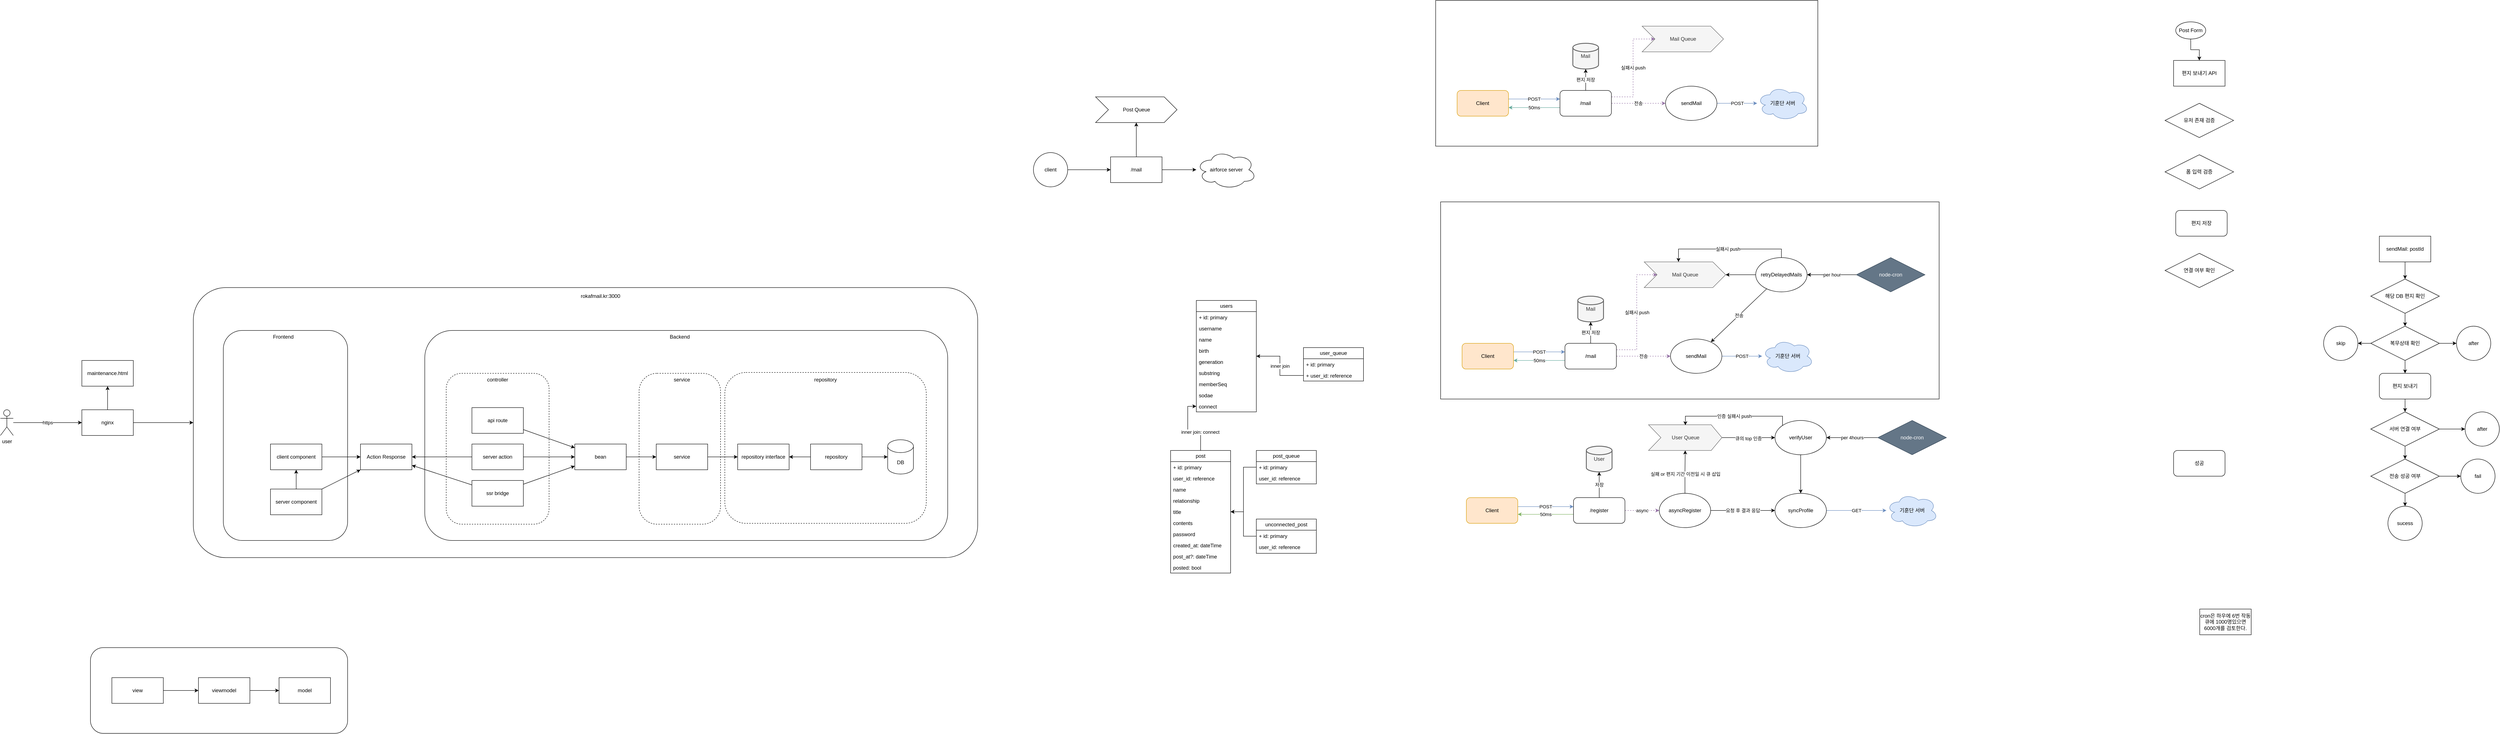
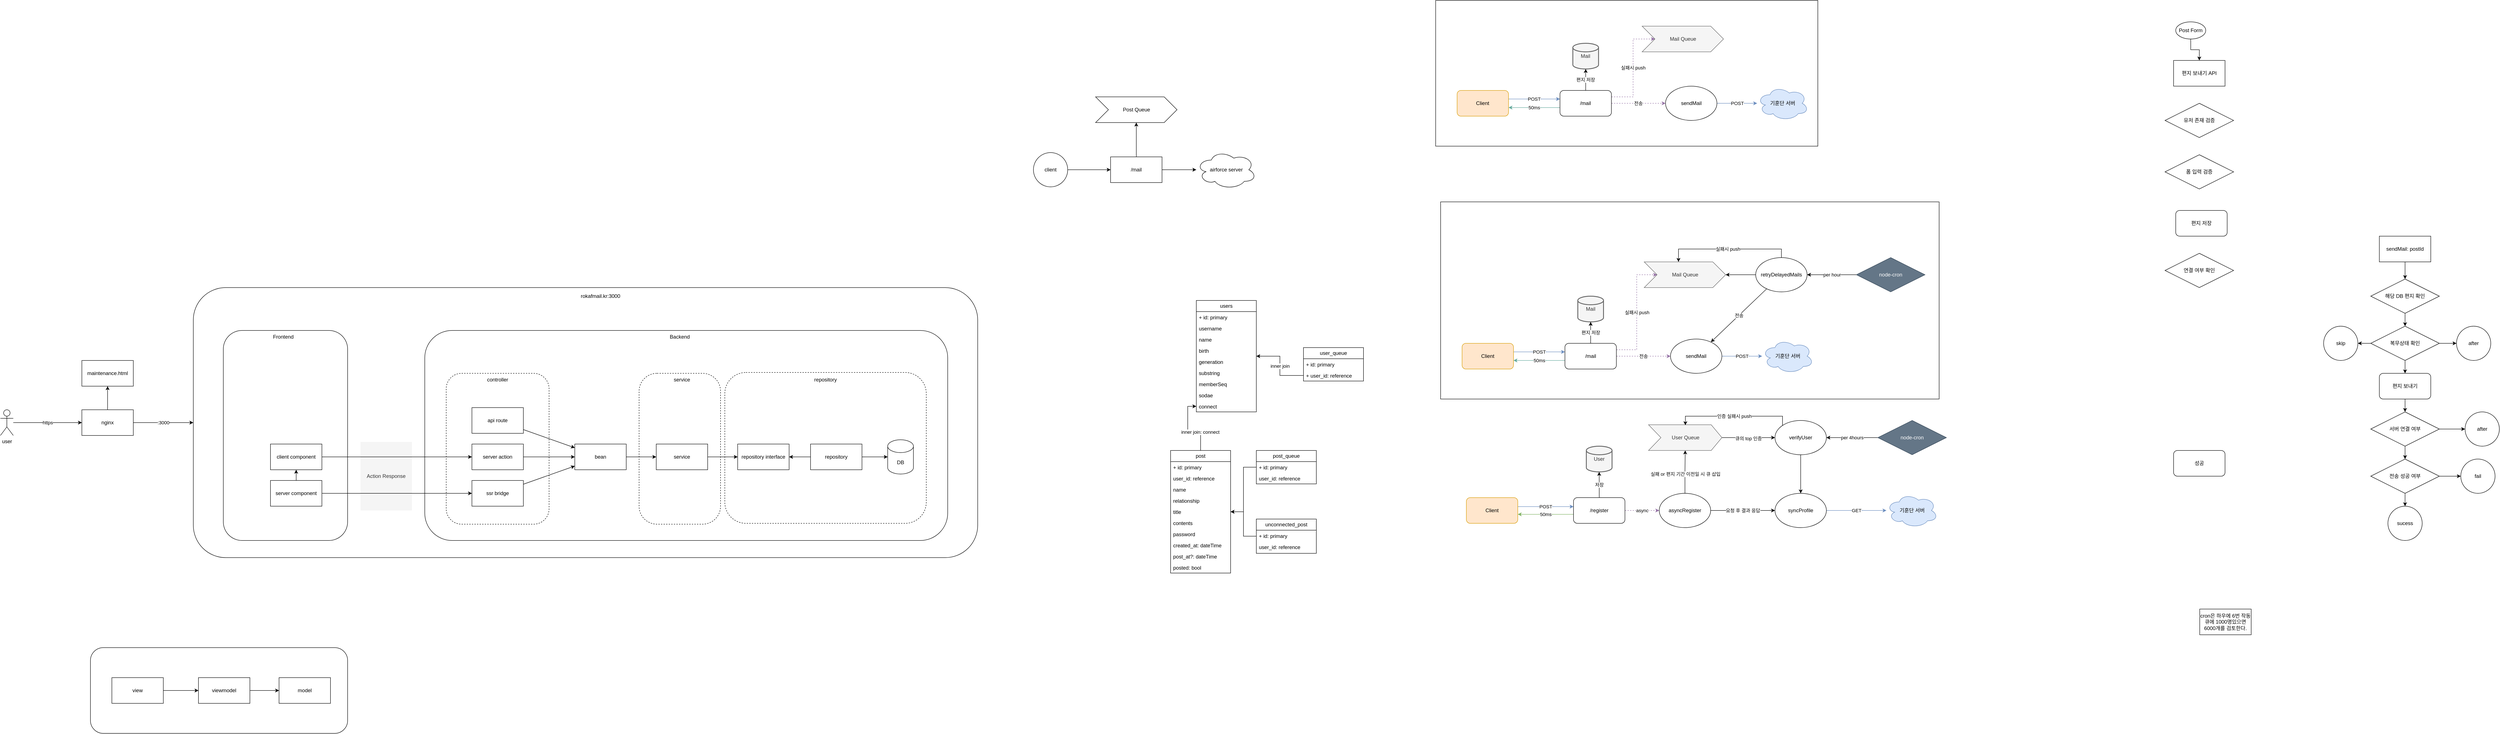
- <mxfile host="app.diagrams.net" modified="2024-07-03T15:05:26.590Z" agent="Mozilla/5.0 (Windows NT 10.0; Win64; x64) AppleWebKit/537.36 (KHTML, like Gecko) Chrome/98.0.4758.102 Safari/537.36" etag="-XnKcRCWqJ4PHCTnG_m4" version="24.6.4" type="github">
+ <mxfile host="app.diagrams.net" modified="2024-07-10T10:42:31.530Z" agent="Mozilla/5.0 (Windows NT 10.0; Win64; x64) AppleWebKit/537.36 (KHTML, like Gecko) Chrome/98.0.4758.102 Safari/537.36" etag="iwthqdEr8a7bAAAJwlnp" version="24.6.4" type="github">
  <diagram name="페이지-1" id="YYIqQqlZSumYDMB_ZiYN">
-     <mxGraphModel dx="4817" dy="1973" grid="1" gridSize="10" guides="1" tooltips="1" connect="1" arrows="1" fold="1" page="1" pageScale="1" pageWidth="827" pageHeight="1169" math="0" shadow="0">
+     <mxGraphModel dx="5915" dy="2558" grid="1" gridSize="10" guides="1" tooltips="1" connect="1" arrows="1" fold="1" page="1" pageScale="1" pageWidth="827" pageHeight="1169" math="0" shadow="0">
      <root>
        <mxCell id="0" />
        <mxCell id="1" parent="0" />
-         <mxCell id="HjyYQR78wkuJb60IUFvB-73" value="" style="rounded=1;whiteSpace=wrap;html=1;arcSize=15;" vertex="1" parent="1">
+         <mxCell id="HjyYQR78wkuJb60IUFvB-73" value="" style="rounded=1;whiteSpace=wrap;html=1;arcSize=15;" parent="1" vertex="1">
          <mxGeometry x="-2440" y="1060" width="600" height="200" as="geometry" />
        </mxCell>
-         <mxCell id="HjyYQR78wkuJb60IUFvB-56" value="" style="rounded=1;whiteSpace=wrap;html=1;arcSize=12;" vertex="1" parent="1">
+         <mxCell id="HjyYQR78wkuJb60IUFvB-56" value="" style="rounded=1;whiteSpace=wrap;html=1;arcSize=12;" parent="1" vertex="1">
          <mxGeometry x="-2200" y="220" width="1830" height="630" as="geometry" />
        </mxCell>
-         <mxCell id="HjyYQR78wkuJb60IUFvB-39" value="" style="rounded=1;whiteSpace=wrap;html=1;arcSize=15;" vertex="1" parent="1">
+         <mxCell id="HjyYQR78wkuJb60IUFvB-39" value="" style="rounded=1;whiteSpace=wrap;html=1;arcSize=15;" parent="1" vertex="1">
          <mxGeometry x="-2130" y="320" width="290" height="490" as="geometry" />
        </mxCell>
-         <mxCell id="HjyYQR78wkuJb60IUFvB-35" value="" style="rounded=1;whiteSpace=wrap;html=1;arcSize=13;" vertex="1" parent="1">
+         <mxCell id="HjyYQR78wkuJb60IUFvB-35" value="" style="rounded=1;whiteSpace=wrap;html=1;arcSize=13;" parent="1" vertex="1">
          <mxGeometry x="-1660" y="320" width="1220" height="490" as="geometry" />
        </mxCell>
-         <mxCell id="HjyYQR78wkuJb60IUFvB-37" value="" style="rounded=1;whiteSpace=wrap;html=1;dashed=1;arcSize=22;" vertex="1" parent="1">
+         <mxCell id="HjyYQR78wkuJb60IUFvB-37" value="" style="rounded=1;whiteSpace=wrap;html=1;dashed=1;arcSize=22;" parent="1" vertex="1">
          <mxGeometry x="-1160" y="420" width="190" height="352" as="geometry" />
        </mxCell>
-         <mxCell id="HjyYQR78wkuJb60IUFvB-32" value="" style="rounded=1;whiteSpace=wrap;html=1;dashed=1;arcSize=14;" vertex="1" parent="1">
+         <mxCell id="HjyYQR78wkuJb60IUFvB-32" value="" style="rounded=1;whiteSpace=wrap;html=1;dashed=1;arcSize=14;" parent="1" vertex="1">
          <mxGeometry x="-960" y="418" width="470" height="352" as="geometry" />
        </mxCell>
-         <mxCell id="HjyYQR78wkuJb60IUFvB-33" value="repository" style="text;html=1;align=center;verticalAlign=middle;whiteSpace=wrap;rounded=0;" vertex="1" parent="1">
+         <mxCell id="HjyYQR78wkuJb60IUFvB-33" value="repository" style="text;html=1;align=center;verticalAlign=middle;whiteSpace=wrap;rounded=0;" parent="1" vertex="1">
          <mxGeometry x="-755" y="420" width="60" height="30" as="geometry" />
        </mxCell>
-         <mxCell id="HjyYQR78wkuJb60IUFvB-30" value="" style="rounded=1;whiteSpace=wrap;html=1;dashed=1;" vertex="1" parent="1">
+         <mxCell id="HjyYQR78wkuJb60IUFvB-30" value="" style="rounded=1;whiteSpace=wrap;html=1;dashed=1;" parent="1" vertex="1">
          <mxGeometry x="-1610" y="420" width="240" height="352" as="geometry" />
        </mxCell>
        <mxCell id="cLTC8Ta03XSz9wgc8oL8-10" value="" style="rounded=0;whiteSpace=wrap;html=1;" parent="1" vertex="1">
          <mxGeometry x="710" y="20" width="1163" height="460" as="geometry" />
        </mxCell>
        <mxCell id="AZsRamwOxZUp80OkMe_C-2" value="users" style="swimlane;fontStyle=0;childLayout=stackLayout;horizontal=1;startSize=26;fillColor=none;horizontalStack=0;resizeParent=1;resizeParentMax=0;resizeLast=0;collapsible=1;marginBottom=0;whiteSpace=wrap;html=1;" parent="1" vertex="1">
          <mxGeometry x="140" y="250" width="140" height="260" as="geometry" />
        </mxCell>
        <mxCell id="AZsRamwOxZUp80OkMe_C-3" value="+ id: primary" style="text;strokeColor=none;fillColor=none;align=left;verticalAlign=top;spacingLeft=4;spacingRight=4;overflow=hidden;rotatable=0;points=[[0,0.5],[1,0.5]];portConstraint=eastwest;whiteSpace=wrap;html=1;" parent="AZsRamwOxZUp80OkMe_C-2" vertex="1">
          <mxGeometry y="26" width="140" height="26" as="geometry" />
        </mxCell>
        <mxCell id="AZsRamwOxZUp80OkMe_C-4" value="username" style="text;strokeColor=none;fillColor=none;align=left;verticalAlign=top;spacingLeft=4;spacingRight=4;overflow=hidden;rotatable=0;points=[[0,0.5],[1,0.5]];portConstraint=eastwest;whiteSpace=wrap;html=1;" parent="AZsRamwOxZUp80OkMe_C-2" vertex="1">
          <mxGeometry y="52" width="140" height="26" as="geometry" />
        </mxCell>
        <mxCell id="AZsRamwOxZUp80OkMe_C-5" value="name" style="text;strokeColor=none;fillColor=none;align=left;verticalAlign=top;spacingLeft=4;spacingRight=4;overflow=hidden;rotatable=0;points=[[0,0.5],[1,0.5]];portConstraint=eastwest;whiteSpace=wrap;html=1;" parent="AZsRamwOxZUp80OkMe_C-2" vertex="1">
          <mxGeometry y="78" width="140" height="26" as="geometry" />
        </mxCell>
        <mxCell id="AZsRamwOxZUp80OkMe_C-10" value="birth" style="text;strokeColor=none;fillColor=none;align=left;verticalAlign=top;spacingLeft=4;spacingRight=4;overflow=hidden;rotatable=0;points=[[0,0.5],[1,0.5]];portConstraint=eastwest;whiteSpace=wrap;html=1;" parent="AZsRamwOxZUp80OkMe_C-2" vertex="1">
          <mxGeometry y="104" width="140" height="26" as="geometry" />
        </mxCell>
        <mxCell id="AZsRamwOxZUp80OkMe_C-11" value="generation" style="text;strokeColor=none;fillColor=none;align=left;verticalAlign=top;spacingLeft=4;spacingRight=4;overflow=hidden;rotatable=0;points=[[0,0.5],[1,0.5]];portConstraint=eastwest;whiteSpace=wrap;html=1;" parent="AZsRamwOxZUp80OkMe_C-2" vertex="1">
          <mxGeometry y="130" width="140" height="26" as="geometry" />
        </mxCell>
        <mxCell id="AZsRamwOxZUp80OkMe_C-12" value="substring" style="text;strokeColor=none;fillColor=none;align=left;verticalAlign=top;spacingLeft=4;spacingRight=4;overflow=hidden;rotatable=0;points=[[0,0.5],[1,0.5]];portConstraint=eastwest;whiteSpace=wrap;html=1;" parent="AZsRamwOxZUp80OkMe_C-2" vertex="1">
          <mxGeometry y="156" width="140" height="26" as="geometry" />
        </mxCell>
        <mxCell id="AZsRamwOxZUp80OkMe_C-15" value="memberSeq" style="text;strokeColor=none;fillColor=none;align=left;verticalAlign=top;spacingLeft=4;spacingRight=4;overflow=hidden;rotatable=0;points=[[0,0.5],[1,0.5]];portConstraint=eastwest;whiteSpace=wrap;html=1;" parent="AZsRamwOxZUp80OkMe_C-2" vertex="1">
          <mxGeometry y="182" width="140" height="26" as="geometry" />
        </mxCell>
        <mxCell id="AZsRamwOxZUp80OkMe_C-14" value="sodae" style="text;strokeColor=none;fillColor=none;align=left;verticalAlign=top;spacingLeft=4;spacingRight=4;overflow=hidden;rotatable=0;points=[[0,0.5],[1,0.5]];portConstraint=eastwest;whiteSpace=wrap;html=1;" parent="AZsRamwOxZUp80OkMe_C-2" vertex="1">
          <mxGeometry y="208" width="140" height="26" as="geometry" />
        </mxCell>
        <mxCell id="AZsRamwOxZUp80OkMe_C-16" value="connect" style="text;strokeColor=none;fillColor=none;align=left;verticalAlign=top;spacingLeft=4;spacingRight=4;overflow=hidden;rotatable=0;points=[[0,0.5],[1,0.5]];portConstraint=eastwest;whiteSpace=wrap;html=1;" parent="AZsRamwOxZUp80OkMe_C-2" vertex="1">
          <mxGeometry y="234" width="140" height="26" as="geometry" />
        </mxCell>
        <mxCell id="AZsRamwOxZUp80OkMe_C-6" value="user_queue" style="swimlane;fontStyle=0;childLayout=stackLayout;horizontal=1;startSize=26;fillColor=none;horizontalStack=0;resizeParent=1;resizeParentMax=0;resizeLast=0;collapsible=1;marginBottom=0;whiteSpace=wrap;html=1;" parent="1" vertex="1">
          <mxGeometry x="390" y="360" width="140" height="78" as="geometry" />
        </mxCell>
        <mxCell id="AZsRamwOxZUp80OkMe_C-18" value="+ id: primary" style="text;strokeColor=none;fillColor=none;align=left;verticalAlign=top;spacingLeft=4;spacingRight=4;overflow=hidden;rotatable=0;points=[[0,0.5],[1,0.5]];portConstraint=eastwest;whiteSpace=wrap;html=1;" parent="AZsRamwOxZUp80OkMe_C-6" vertex="1">
          <mxGeometry y="26" width="140" height="26" as="geometry" />
        </mxCell>
        <mxCell id="AZsRamwOxZUp80OkMe_C-7" value="+ user_id: reference" style="text;strokeColor=none;fillColor=none;align=left;verticalAlign=top;spacingLeft=4;spacingRight=4;overflow=hidden;rotatable=0;points=[[0,0.5],[1,0.5]];portConstraint=eastwest;whiteSpace=wrap;html=1;" parent="AZsRamwOxZUp80OkMe_C-6" vertex="1">
          <mxGeometry y="52" width="140" height="26" as="geometry" />
        </mxCell>
        <mxCell id="AZsRamwOxZUp80OkMe_C-19" value="inner join" style="edgeStyle=orthogonalEdgeStyle;rounded=0;orthogonalLoop=1;jettySize=auto;html=1;" parent="1" source="AZsRamwOxZUp80OkMe_C-7" target="AZsRamwOxZUp80OkMe_C-2" edge="1">
          <mxGeometry relative="1" as="geometry" />
        </mxCell>
        <mxCell id="F6sanjwA14LKa2ckui42-2" style="edgeStyle=orthogonalEdgeStyle;rounded=0;orthogonalLoop=1;jettySize=auto;html=1;" parent="1" source="AZsRamwOxZUp80OkMe_C-20" target="AZsRamwOxZUp80OkMe_C-16" edge="1">
          <mxGeometry relative="1" as="geometry" />
        </mxCell>
        <mxCell id="F6sanjwA14LKa2ckui42-3" value="inner join: connect" style="edgeLabel;html=1;align=center;verticalAlign=middle;resizable=0;points=[];" parent="F6sanjwA14LKa2ckui42-2" vertex="1" connectable="0">
          <mxGeometry x="-0.4284" y="1" relative="1" as="geometry">
            <mxPoint as="offset" />
          </mxGeometry>
        </mxCell>
        <mxCell id="AZsRamwOxZUp80OkMe_C-20" value="post" style="swimlane;fontStyle=0;childLayout=stackLayout;horizontal=1;startSize=26;fillColor=none;horizontalStack=0;resizeParent=1;resizeParentMax=0;resizeLast=0;collapsible=1;marginBottom=0;whiteSpace=wrap;html=1;" parent="1" vertex="1">
          <mxGeometry x="80" y="600" width="140" height="286" as="geometry" />
        </mxCell>
        <mxCell id="AZsRamwOxZUp80OkMe_C-21" value="+ id: primary" style="text;strokeColor=none;fillColor=none;align=left;verticalAlign=top;spacingLeft=4;spacingRight=4;overflow=hidden;rotatable=0;points=[[0,0.5],[1,0.5]];portConstraint=eastwest;whiteSpace=wrap;html=1;" parent="AZsRamwOxZUp80OkMe_C-20" vertex="1">
          <mxGeometry y="26" width="140" height="26" as="geometry" />
        </mxCell>
        <mxCell id="AZsRamwOxZUp80OkMe_C-22" value="user_id: reference" style="text;strokeColor=none;fillColor=none;align=left;verticalAlign=top;spacingLeft=4;spacingRight=4;overflow=hidden;rotatable=0;points=[[0,0.5],[1,0.5]];portConstraint=eastwest;whiteSpace=wrap;html=1;" parent="AZsRamwOxZUp80OkMe_C-20" vertex="1">
          <mxGeometry y="52" width="140" height="26" as="geometry" />
        </mxCell>
        <mxCell id="AZsRamwOxZUp80OkMe_C-23" value="name" style="text;strokeColor=none;fillColor=none;align=left;verticalAlign=top;spacingLeft=4;spacingRight=4;overflow=hidden;rotatable=0;points=[[0,0.5],[1,0.5]];portConstraint=eastwest;whiteSpace=wrap;html=1;" parent="AZsRamwOxZUp80OkMe_C-20" vertex="1">
          <mxGeometry y="78" width="140" height="26" as="geometry" />
        </mxCell>
        <mxCell id="AZsRamwOxZUp80OkMe_C-24" value="relationship" style="text;strokeColor=none;fillColor=none;align=left;verticalAlign=top;spacingLeft=4;spacingRight=4;overflow=hidden;rotatable=0;points=[[0,0.5],[1,0.5]];portConstraint=eastwest;whiteSpace=wrap;html=1;" parent="AZsRamwOxZUp80OkMe_C-20" vertex="1">
          <mxGeometry y="104" width="140" height="26" as="geometry" />
        </mxCell>
        <mxCell id="AZsRamwOxZUp80OkMe_C-25" value="title" style="text;strokeColor=none;fillColor=none;align=left;verticalAlign=top;spacingLeft=4;spacingRight=4;overflow=hidden;rotatable=0;points=[[0,0.5],[1,0.5]];portConstraint=eastwest;whiteSpace=wrap;html=1;" parent="AZsRamwOxZUp80OkMe_C-20" vertex="1">
          <mxGeometry y="130" width="140" height="26" as="geometry" />
        </mxCell>
        <mxCell id="AZsRamwOxZUp80OkMe_C-26" value="contents" style="text;strokeColor=none;fillColor=none;align=left;verticalAlign=top;spacingLeft=4;spacingRight=4;overflow=hidden;rotatable=0;points=[[0,0.5],[1,0.5]];portConstraint=eastwest;whiteSpace=wrap;html=1;" parent="AZsRamwOxZUp80OkMe_C-20" vertex="1">
          <mxGeometry y="156" width="140" height="26" as="geometry" />
        </mxCell>
        <mxCell id="AZsRamwOxZUp80OkMe_C-27" value="password" style="text;strokeColor=none;fillColor=none;align=left;verticalAlign=top;spacingLeft=4;spacingRight=4;overflow=hidden;rotatable=0;points=[[0,0.5],[1,0.5]];portConstraint=eastwest;whiteSpace=wrap;html=1;" parent="AZsRamwOxZUp80OkMe_C-20" vertex="1">
          <mxGeometry y="182" width="140" height="26" as="geometry" />
        </mxCell>
        <mxCell id="AZsRamwOxZUp80OkMe_C-28" value="created_at: dateTime" style="text;strokeColor=none;fillColor=none;align=left;verticalAlign=top;spacingLeft=4;spacingRight=4;overflow=hidden;rotatable=0;points=[[0,0.5],[1,0.5]];portConstraint=eastwest;whiteSpace=wrap;html=1;" parent="AZsRamwOxZUp80OkMe_C-20" vertex="1">
          <mxGeometry y="208" width="140" height="26" as="geometry" />
        </mxCell>
        <mxCell id="AZsRamwOxZUp80OkMe_C-41" value="post_at?: dateTime" style="text;strokeColor=none;fillColor=none;align=left;verticalAlign=top;spacingLeft=4;spacingRight=4;overflow=hidden;rotatable=0;points=[[0,0.5],[1,0.5]];portConstraint=eastwest;whiteSpace=wrap;html=1;" parent="AZsRamwOxZUp80OkMe_C-20" vertex="1">
          <mxGeometry y="234" width="140" height="26" as="geometry" />
        </mxCell>
        <mxCell id="AZsRamwOxZUp80OkMe_C-42" value="posted: bool" style="text;strokeColor=none;fillColor=none;align=left;verticalAlign=top;spacingLeft=4;spacingRight=4;overflow=hidden;rotatable=0;points=[[0,0.5],[1,0.5]];portConstraint=eastwest;whiteSpace=wrap;html=1;" parent="AZsRamwOxZUp80OkMe_C-20" vertex="1">
          <mxGeometry y="260" width="140" height="26" as="geometry" />
        </mxCell>
        <mxCell id="F6sanjwA14LKa2ckui42-4" style="edgeStyle=orthogonalEdgeStyle;rounded=0;orthogonalLoop=1;jettySize=auto;html=1;" parent="1" source="AZsRamwOxZUp80OkMe_C-30" target="AZsRamwOxZUp80OkMe_C-20" edge="1">
          <mxGeometry relative="1" as="geometry" />
        </mxCell>
        <mxCell id="AZsRamwOxZUp80OkMe_C-30" value="post_queue" style="swimlane;fontStyle=0;childLayout=stackLayout;horizontal=1;startSize=26;fillColor=none;horizontalStack=0;resizeParent=1;resizeParentMax=0;resizeLast=0;collapsible=1;marginBottom=0;whiteSpace=wrap;html=1;" parent="1" vertex="1">
          <mxGeometry x="280" y="600" width="140" height="78" as="geometry" />
        </mxCell>
        <mxCell id="AZsRamwOxZUp80OkMe_C-31" value="+ id: primary" style="text;strokeColor=none;fillColor=none;align=left;verticalAlign=top;spacingLeft=4;spacingRight=4;overflow=hidden;rotatable=0;points=[[0,0.5],[1,0.5]];portConstraint=eastwest;whiteSpace=wrap;html=1;" parent="AZsRamwOxZUp80OkMe_C-30" vertex="1">
          <mxGeometry y="26" width="140" height="26" as="geometry" />
        </mxCell>
        <mxCell id="AZsRamwOxZUp80OkMe_C-32" value="user_id: reference" style="text;strokeColor=none;fillColor=none;align=left;verticalAlign=top;spacingLeft=4;spacingRight=4;overflow=hidden;rotatable=0;points=[[0,0.5],[1,0.5]];portConstraint=eastwest;whiteSpace=wrap;html=1;" parent="AZsRamwOxZUp80OkMe_C-30" vertex="1">
          <mxGeometry y="52" width="140" height="26" as="geometry" />
        </mxCell>
        <mxCell id="F6sanjwA14LKa2ckui42-5" style="edgeStyle=orthogonalEdgeStyle;rounded=0;orthogonalLoop=1;jettySize=auto;html=1;" parent="1" source="AZsRamwOxZUp80OkMe_C-46" target="AZsRamwOxZUp80OkMe_C-20" edge="1">
          <mxGeometry relative="1" as="geometry" />
        </mxCell>
        <mxCell id="AZsRamwOxZUp80OkMe_C-46" value="unconnected_post" style="swimlane;fontStyle=0;childLayout=stackLayout;horizontal=1;startSize=26;fillColor=none;horizontalStack=0;resizeParent=1;resizeParentMax=0;resizeLast=0;collapsible=1;marginBottom=0;whiteSpace=wrap;html=1;" parent="1" vertex="1">
          <mxGeometry x="280" y="760" width="140" height="80" as="geometry" />
        </mxCell>
        <mxCell id="AZsRamwOxZUp80OkMe_C-47" value="+ id: primary" style="text;strokeColor=none;fillColor=none;align=left;verticalAlign=top;spacingLeft=4;spacingRight=4;overflow=hidden;rotatable=0;points=[[0,0.5],[1,0.5]];portConstraint=eastwest;whiteSpace=wrap;html=1;" parent="AZsRamwOxZUp80OkMe_C-46" vertex="1">
          <mxGeometry y="26" width="140" height="26" as="geometry" />
        </mxCell>
        <mxCell id="AZsRamwOxZUp80OkMe_C-48" value="user_id: reference" style="text;strokeColor=none;fillColor=none;align=left;verticalAlign=top;spacingLeft=4;spacingRight=4;overflow=hidden;rotatable=0;points=[[0,0.5],[1,0.5]];portConstraint=eastwest;whiteSpace=wrap;html=1;" parent="AZsRamwOxZUp80OkMe_C-46" vertex="1">
          <mxGeometry y="52" width="140" height="28" as="geometry" />
        </mxCell>
        <mxCell id="wQPPLxiwdvjhVnuzjJRF-10" value="실패시 push" style="edgeStyle=elbowEdgeStyle;rounded=0;orthogonalLoop=1;jettySize=auto;html=1;fillColor=#e1d5e7;strokeColor=#9673a6;dashed=1;entryX=0;entryY=0.5;entryDx=30;entryDy=0;entryPerimeter=0;exitX=1;exitY=0.25;exitDx=0;exitDy=0;" parent="1" source="TXcI-fBlLuWAS2TPfB02-22" target="TXcI-fBlLuWAS2TPfB02-9" edge="1">
          <mxGeometry relative="1" as="geometry">
            <mxPoint x="1282.5" y="365" as="sourcePoint" />
          </mxGeometry>
        </mxCell>
        <mxCell id="wQPPLxiwdvjhVnuzjJRF-13" value="POST" style="rounded=0;orthogonalLoop=1;jettySize=auto;html=1;startArrow=none;startFill=0;fillColor=#dae8fc;strokeColor=#6c8ebf;" parent="1" source="wQPPLxiwdvjhVnuzjJRF-19" target="TXcI-fBlLuWAS2TPfB02-2" edge="1">
          <mxGeometry relative="1" as="geometry" />
        </mxCell>
        <mxCell id="TXcI-fBlLuWAS2TPfB02-2" value="기훈단 서버" style="ellipse;shape=cloud;whiteSpace=wrap;html=1;fillColor=#dae8fc;strokeColor=#6c8ebf;" parent="1" vertex="1">
          <mxGeometry x="1460" y="340" width="120" height="80" as="geometry" />
        </mxCell>
        <mxCell id="TXcI-fBlLuWAS2TPfB02-11" value="" style="edgeStyle=orthogonalEdgeStyle;rounded=0;orthogonalLoop=1;jettySize=auto;html=1;" parent="1" source="wQPPLxiwdvjhVnuzjJRF-23" target="TXcI-fBlLuWAS2TPfB02-9" edge="1">
          <mxGeometry relative="1" as="geometry">
            <mxPoint x="1449.9099999999999" y="220" as="targetPoint" />
            <Array as="points" />
          </mxGeometry>
        </mxCell>
        <mxCell id="TXcI-fBlLuWAS2TPfB02-9" value="Mail Queue" style="html=1;shadow=0;dashed=0;align=center;verticalAlign=middle;shape=mxgraph.arrows2.arrow;dy=0;dx=30;notch=30;fillColor=#f5f5f5;fontColor=#333333;strokeColor=#666666;" parent="1" vertex="1">
          <mxGeometry x="1184.91" y="160" width="190" height="60" as="geometry" />
        </mxCell>
        <mxCell id="TXcI-fBlLuWAS2TPfB02-21" value="POST" style="edgeStyle=orthogonalEdgeStyle;rounded=0;orthogonalLoop=1;jettySize=auto;html=1;fillColor=#dae8fc;strokeColor=#6c8ebf;" parent="1" source="TXcI-fBlLuWAS2TPfB02-19" target="TXcI-fBlLuWAS2TPfB02-22" edge="1">
          <mxGeometry relative="1" as="geometry">
            <mxPoint x="970" y="380" as="targetPoint" />
            <Array as="points">
              <mxPoint x="960" y="370" />
              <mxPoint x="960" y="370" />
            </Array>
          </mxGeometry>
        </mxCell>
        <mxCell id="TXcI-fBlLuWAS2TPfB02-19" value="Client" style="rounded=1;whiteSpace=wrap;html=1;fillColor=#ffe6cc;strokeColor=#d79b00;" parent="1" vertex="1">
          <mxGeometry x="760" y="350" width="120" height="60" as="geometry" />
        </mxCell>
        <mxCell id="TXcI-fBlLuWAS2TPfB02-20" value="Mail" style="strokeWidth=2;html=1;shape=mxgraph.flowchart.database;whiteSpace=wrap;fillColor=#f5f5f5;fontColor=#333333;strokeColor=#666666;" parent="1" vertex="1">
          <mxGeometry x="1030" y="240" width="60" height="60" as="geometry" />
        </mxCell>
        <mxCell id="TXcI-fBlLuWAS2TPfB02-23" value="편지 저장" style="edgeStyle=orthogonalEdgeStyle;rounded=0;orthogonalLoop=1;jettySize=auto;html=1;" parent="1" source="TXcI-fBlLuWAS2TPfB02-22" target="TXcI-fBlLuWAS2TPfB02-20" edge="1">
          <mxGeometry relative="1" as="geometry" />
        </mxCell>
        <mxCell id="TXcI-fBlLuWAS2TPfB02-24" value="전송" style="edgeStyle=orthogonalEdgeStyle;rounded=0;orthogonalLoop=1;jettySize=auto;html=1;dashed=1;fillColor=#e1d5e7;strokeColor=#9673a6;" parent="1" source="TXcI-fBlLuWAS2TPfB02-22" target="wQPPLxiwdvjhVnuzjJRF-19" edge="1">
          <mxGeometry relative="1" as="geometry">
            <mxPoint x="1260" y="380" as="targetPoint" />
          </mxGeometry>
        </mxCell>
        <mxCell id="TXcI-fBlLuWAS2TPfB02-26" value="50ms" style="edgeStyle=orthogonalEdgeStyle;rounded=0;orthogonalLoop=1;jettySize=auto;html=1;strokeColor=#67AB9F;" parent="1" source="TXcI-fBlLuWAS2TPfB02-22" target="TXcI-fBlLuWAS2TPfB02-19" edge="1">
          <mxGeometry relative="1" as="geometry">
            <Array as="points">
              <mxPoint x="960" y="390" />
              <mxPoint x="960" y="390" />
            </Array>
          </mxGeometry>
        </mxCell>
        <mxCell id="TXcI-fBlLuWAS2TPfB02-22" value="/mail" style="rounded=1;whiteSpace=wrap;html=1;" parent="1" vertex="1">
          <mxGeometry x="1000" y="350" width="120" height="60" as="geometry" />
        </mxCell>
        <mxCell id="wQPPLxiwdvjhVnuzjJRF-21" value="per hour" style="rounded=0;orthogonalLoop=1;jettySize=auto;html=1;edgeStyle=orthogonalEdgeStyle;" parent="1" source="TXcI-fBlLuWAS2TPfB02-27" target="wQPPLxiwdvjhVnuzjJRF-23" edge="1">
          <mxGeometry relative="1" as="geometry" />
        </mxCell>
        <mxCell id="TXcI-fBlLuWAS2TPfB02-27" value="node-cron" style="rhombus;whiteSpace=wrap;html=1;fillColor=#647687;fontColor=#ffffff;strokeColor=#314354;" parent="1" vertex="1">
          <mxGeometry x="1680" y="150" width="160" height="80" as="geometry" />
        </mxCell>
        <mxCell id="u-H9VCNATk9NBnKGN-eY-5" value="POST" style="edgeStyle=orthogonalEdgeStyle;rounded=0;orthogonalLoop=1;jettySize=auto;html=1;fillColor=#dae8fc;strokeColor=#6c8ebf;" parent="1" edge="1">
          <mxGeometry relative="1" as="geometry">
            <mxPoint x="890" y="731" as="sourcePoint" />
            <mxPoint x="1020" y="731" as="targetPoint" />
          </mxGeometry>
        </mxCell>
        <mxCell id="TXcI-fBlLuWAS2TPfB02-53" value="Client" style="rounded=1;whiteSpace=wrap;html=1;fillColor=#ffe6cc;strokeColor=#d79b00;" parent="1" vertex="1">
          <mxGeometry x="770.0000000000001" y="710" width="120" height="60" as="geometry" />
        </mxCell>
        <mxCell id="TXcI-fBlLuWAS2TPfB02-57" value="async" style="edgeStyle=orthogonalEdgeStyle;rounded=0;orthogonalLoop=1;jettySize=auto;html=1;dashed=1;fillColor=#e1d5e7;strokeColor=#9673a6;" parent="1" source="TXcI-fBlLuWAS2TPfB02-54" target="TXcI-fBlLuWAS2TPfB02-56" edge="1">
          <mxGeometry relative="1" as="geometry" />
        </mxCell>
        <mxCell id="TXcI-fBlLuWAS2TPfB02-59" value="50ms" style="edgeStyle=orthogonalEdgeStyle;rounded=0;orthogonalLoop=1;jettySize=auto;html=1;fillColor=#d5e8d4;strokeColor=#82b366;" parent="1" edge="1">
          <mxGeometry relative="1" as="geometry">
            <mxPoint x="1020" y="749" as="sourcePoint" />
            <mxPoint x="890" y="749" as="targetPoint" />
          </mxGeometry>
        </mxCell>
        <mxCell id="TXcI-fBlLuWAS2TPfB02-65" value="저장" style="edgeStyle=orthogonalEdgeStyle;rounded=0;orthogonalLoop=1;jettySize=auto;html=1;" parent="1" source="TXcI-fBlLuWAS2TPfB02-54" target="TXcI-fBlLuWAS2TPfB02-64" edge="1">
          <mxGeometry relative="1" as="geometry" />
        </mxCell>
        <mxCell id="TXcI-fBlLuWAS2TPfB02-54" value="/register" style="rounded=1;whiteSpace=wrap;html=1;" parent="1" vertex="1">
          <mxGeometry x="1020" y="710" width="120" height="60" as="geometry" />
        </mxCell>
        <mxCell id="TXcI-fBlLuWAS2TPfB02-69" style="edgeStyle=orthogonalEdgeStyle;rounded=0;orthogonalLoop=1;jettySize=auto;html=1;" parent="1" source="TXcI-fBlLuWAS2TPfB02-56" target="TXcI-fBlLuWAS2TPfB02-61" edge="1">
          <mxGeometry relative="1" as="geometry" />
        </mxCell>
        <mxCell id="y1SOeucjYuMJN-nhCAUV-7" value="실패 or 편지 기간 이전일 시 큐 삽입" style="edgeLabel;html=1;align=center;verticalAlign=middle;resizable=0;points=[];" parent="TXcI-fBlLuWAS2TPfB02-69" vertex="1" connectable="0">
          <mxGeometry x="-0.1037" y="-1" relative="1" as="geometry">
            <mxPoint as="offset" />
          </mxGeometry>
        </mxCell>
        <mxCell id="K3UKubzrvV4H-gYz2n_W-7" value="요청 후 결과 응답" style="edgeStyle=orthogonalEdgeStyle;rounded=0;orthogonalLoop=1;jettySize=auto;html=1;" parent="1" source="TXcI-fBlLuWAS2TPfB02-56" target="K3UKubzrvV4H-gYz2n_W-2" edge="1">
          <mxGeometry relative="1" as="geometry" />
        </mxCell>
        <mxCell id="TXcI-fBlLuWAS2TPfB02-56" value="asyncRegister" style="ellipse;whiteSpace=wrap;html=1;" parent="1" vertex="1">
          <mxGeometry x="1220" y="700" width="120" height="80" as="geometry" />
        </mxCell>
        <mxCell id="TXcI-fBlLuWAS2TPfB02-71" style="edgeStyle=orthogonalEdgeStyle;rounded=0;orthogonalLoop=1;jettySize=auto;html=1;" parent="1" source="TXcI-fBlLuWAS2TPfB02-61" target="K3UKubzrvV4H-gYz2n_W-4" edge="1">
          <mxGeometry relative="1" as="geometry">
            <mxPoint x="1440" y="610" as="targetPoint" />
          </mxGeometry>
        </mxCell>
        <mxCell id="y1SOeucjYuMJN-nhCAUV-8" value="큐의 top 인증" style="edgeLabel;html=1;align=center;verticalAlign=middle;resizable=0;points=[];" parent="TXcI-fBlLuWAS2TPfB02-71" vertex="1" connectable="0">
          <mxGeometry x="-0.0036" y="-2" relative="1" as="geometry">
            <mxPoint as="offset" />
          </mxGeometry>
        </mxCell>
        <mxCell id="TXcI-fBlLuWAS2TPfB02-61" value="User Queue" style="html=1;shadow=0;dashed=0;align=center;verticalAlign=middle;shape=mxgraph.arrows2.arrow;dy=0;dx=25;notch=29;fillColor=#f5f5f5;fontColor=#333333;strokeColor=#666666;" parent="1" vertex="1">
          <mxGeometry x="1195" y="540" width="171.25" height="60" as="geometry" />
        </mxCell>
        <mxCell id="TXcI-fBlLuWAS2TPfB02-64" value="User" style="strokeWidth=2;html=1;shape=mxgraph.flowchart.database;whiteSpace=wrap;fillColor=#f5f5f5;fontColor=#333333;strokeColor=#666666;" parent="1" vertex="1">
          <mxGeometry x="1049.91" y="590" width="60" height="60" as="geometry" />
        </mxCell>
        <mxCell id="TXcI-fBlLuWAS2TPfB02-66" value="기훈단 서버" style="ellipse;shape=cloud;whiteSpace=wrap;html=1;fillColor=#dae8fc;strokeColor=#6c8ebf;" parent="1" vertex="1">
          <mxGeometry x="1750" y="700" width="120" height="80" as="geometry" />
        </mxCell>
        <mxCell id="TXcI-fBlLuWAS2TPfB02-81" value="cron은 하우에 6번 작동&lt;div&gt;큐에 1000명있으면&lt;/div&gt;&lt;div&gt;6000개를 검토한다.&lt;/div&gt;" style="whiteSpace=wrap;html=1;" parent="1" vertex="1">
          <mxGeometry x="2481" y="970" width="120" height="60" as="geometry" />
        </mxCell>
        <mxCell id="6U6_2w2MqQ0kD7e6yzDg-1" value="편지 보내기 API" style="rounded=0;whiteSpace=wrap;html=1;" parent="1" vertex="1">
          <mxGeometry x="2420" y="-310" width="120" height="60" as="geometry" />
        </mxCell>
        <mxCell id="6U6_2w2MqQ0kD7e6yzDg-3" style="edgeStyle=orthogonalEdgeStyle;rounded=0;orthogonalLoop=1;jettySize=auto;html=1;" parent="1" source="6U6_2w2MqQ0kD7e6yzDg-2" target="6U6_2w2MqQ0kD7e6yzDg-1" edge="1">
          <mxGeometry relative="1" as="geometry" />
        </mxCell>
        <mxCell id="6U6_2w2MqQ0kD7e6yzDg-2" value="Post Form" style="ellipse;whiteSpace=wrap;html=1;" parent="1" vertex="1">
          <mxGeometry x="2425" y="-400" width="70" height="40" as="geometry" />
        </mxCell>
        <mxCell id="6U6_2w2MqQ0kD7e6yzDg-4" value="유저 존재 검증" style="rhombus;whiteSpace=wrap;html=1;" parent="1" vertex="1">
          <mxGeometry x="2400" y="-210" width="160" height="80" as="geometry" />
        </mxCell>
        <mxCell id="6U6_2w2MqQ0kD7e6yzDg-5" value="폼 입력 검증" style="rhombus;whiteSpace=wrap;html=1;" parent="1" vertex="1">
          <mxGeometry x="2400" y="-90" width="160" height="80" as="geometry" />
        </mxCell>
        <mxCell id="6U6_2w2MqQ0kD7e6yzDg-6" value="편지 저장" style="rounded=1;whiteSpace=wrap;html=1;" parent="1" vertex="1">
          <mxGeometry x="2425" y="40" width="120" height="60" as="geometry" />
        </mxCell>
        <mxCell id="6U6_2w2MqQ0kD7e6yzDg-7" value="연결 여부 확인" style="rhombus;whiteSpace=wrap;html=1;" parent="1" vertex="1">
          <mxGeometry x="2400" y="140" width="160" height="80" as="geometry" />
        </mxCell>
        <mxCell id="6U6_2w2MqQ0kD7e6yzDg-30" style="edgeStyle=orthogonalEdgeStyle;rounded=0;orthogonalLoop=1;jettySize=auto;html=1;" parent="1" source="6U6_2w2MqQ0kD7e6yzDg-10" target="6U6_2w2MqQ0kD7e6yzDg-40" edge="1">
          <mxGeometry relative="1" as="geometry">
            <mxPoint x="2960" y="410" as="targetPoint" />
            <Array as="points" />
          </mxGeometry>
        </mxCell>
        <mxCell id="6U6_2w2MqQ0kD7e6yzDg-31" style="edgeStyle=orthogonalEdgeStyle;rounded=0;orthogonalLoop=1;jettySize=auto;html=1;" parent="1" source="6U6_2w2MqQ0kD7e6yzDg-10" target="6U6_2w2MqQ0kD7e6yzDg-22" edge="1">
          <mxGeometry relative="1" as="geometry" />
        </mxCell>
        <mxCell id="6U6_2w2MqQ0kD7e6yzDg-33" style="edgeStyle=orthogonalEdgeStyle;rounded=0;orthogonalLoop=1;jettySize=auto;html=1;" parent="1" source="6U6_2w2MqQ0kD7e6yzDg-10" target="6U6_2w2MqQ0kD7e6yzDg-32" edge="1">
          <mxGeometry relative="1" as="geometry" />
        </mxCell>
        <mxCell id="6U6_2w2MqQ0kD7e6yzDg-10" value="복무상태 확인" style="rhombus;whiteSpace=wrap;html=1;" parent="1" vertex="1">
          <mxGeometry x="2880" y="310" width="160" height="80" as="geometry" />
        </mxCell>
        <mxCell id="6U6_2w2MqQ0kD7e6yzDg-35" style="edgeStyle=orthogonalEdgeStyle;rounded=0;orthogonalLoop=1;jettySize=auto;html=1;" parent="1" source="6U6_2w2MqQ0kD7e6yzDg-11" target="6U6_2w2MqQ0kD7e6yzDg-34" edge="1">
          <mxGeometry relative="1" as="geometry" />
        </mxCell>
        <mxCell id="6U6_2w2MqQ0kD7e6yzDg-39" style="edgeStyle=orthogonalEdgeStyle;rounded=0;orthogonalLoop=1;jettySize=auto;html=1;" parent="1" source="6U6_2w2MqQ0kD7e6yzDg-11" target="6U6_2w2MqQ0kD7e6yzDg-36" edge="1">
          <mxGeometry relative="1" as="geometry" />
        </mxCell>
        <mxCell id="6U6_2w2MqQ0kD7e6yzDg-11" value="서버 연결 여부" style="rhombus;whiteSpace=wrap;html=1;" parent="1" vertex="1">
          <mxGeometry x="2880" y="510" width="160" height="80" as="geometry" />
        </mxCell>
        <mxCell id="6U6_2w2MqQ0kD7e6yzDg-12" value="성공" style="rounded=1;whiteSpace=wrap;html=1;" parent="1" vertex="1">
          <mxGeometry x="2420" y="600" width="120" height="60" as="geometry" />
        </mxCell>
        <mxCell id="6U6_2w2MqQ0kD7e6yzDg-16" style="edgeStyle=orthogonalEdgeStyle;rounded=0;orthogonalLoop=1;jettySize=auto;html=1;" parent="1" source="6U6_2w2MqQ0kD7e6yzDg-13" target="6U6_2w2MqQ0kD7e6yzDg-15" edge="1">
          <mxGeometry relative="1" as="geometry" />
        </mxCell>
        <mxCell id="6U6_2w2MqQ0kD7e6yzDg-13" value="sendMail: postId" style="rounded=0;whiteSpace=wrap;html=1;" parent="1" vertex="1">
          <mxGeometry x="2900" y="100" width="120" height="60" as="geometry" />
        </mxCell>
        <mxCell id="6U6_2w2MqQ0kD7e6yzDg-17" style="edgeStyle=orthogonalEdgeStyle;rounded=0;orthogonalLoop=1;jettySize=auto;html=1;" parent="1" source="6U6_2w2MqQ0kD7e6yzDg-15" target="6U6_2w2MqQ0kD7e6yzDg-10" edge="1">
          <mxGeometry relative="1" as="geometry" />
        </mxCell>
        <mxCell id="6U6_2w2MqQ0kD7e6yzDg-15" value="해당 DB 편지 확인" style="rhombus;whiteSpace=wrap;html=1;" parent="1" vertex="1">
          <mxGeometry x="2880" y="200" width="160" height="80" as="geometry" />
        </mxCell>
        <mxCell id="6U6_2w2MqQ0kD7e6yzDg-22" value="after" style="ellipse;whiteSpace=wrap;html=1;aspect=fixed;" parent="1" vertex="1">
          <mxGeometry x="3080" y="310" width="80" height="80" as="geometry" />
        </mxCell>
        <mxCell id="6U6_2w2MqQ0kD7e6yzDg-23" value="sucess" style="ellipse;whiteSpace=wrap;html=1;aspect=fixed;" parent="1" vertex="1">
          <mxGeometry x="2920" y="730" width="80" height="80" as="geometry" />
        </mxCell>
        <mxCell id="6U6_2w2MqQ0kD7e6yzDg-25" value="fail" style="ellipse;whiteSpace=wrap;html=1;aspect=fixed;" parent="1" vertex="1">
          <mxGeometry x="3090" y="620" width="80" height="80" as="geometry" />
        </mxCell>
        <mxCell id="6U6_2w2MqQ0kD7e6yzDg-32" value="skip" style="ellipse;whiteSpace=wrap;html=1;aspect=fixed;" parent="1" vertex="1">
          <mxGeometry x="2770" y="310" width="80" height="80" as="geometry" />
        </mxCell>
        <mxCell id="6U6_2w2MqQ0kD7e6yzDg-34" value="after" style="ellipse;whiteSpace=wrap;html=1;aspect=fixed;" parent="1" vertex="1">
          <mxGeometry x="3100" y="510" width="80" height="80" as="geometry" />
        </mxCell>
        <mxCell id="6U6_2w2MqQ0kD7e6yzDg-37" style="edgeStyle=orthogonalEdgeStyle;rounded=0;orthogonalLoop=1;jettySize=auto;html=1;" parent="1" source="6U6_2w2MqQ0kD7e6yzDg-36" target="6U6_2w2MqQ0kD7e6yzDg-25" edge="1">
          <mxGeometry relative="1" as="geometry" />
        </mxCell>
        <mxCell id="6U6_2w2MqQ0kD7e6yzDg-38" style="edgeStyle=orthogonalEdgeStyle;rounded=0;orthogonalLoop=1;jettySize=auto;html=1;" parent="1" source="6U6_2w2MqQ0kD7e6yzDg-36" target="6U6_2w2MqQ0kD7e6yzDg-23" edge="1">
          <mxGeometry relative="1" as="geometry" />
        </mxCell>
        <mxCell id="6U6_2w2MqQ0kD7e6yzDg-36" value="전송 성공 여부" style="rhombus;whiteSpace=wrap;html=1;" parent="1" vertex="1">
          <mxGeometry x="2880" y="620" width="160" height="80" as="geometry" />
        </mxCell>
        <mxCell id="6U6_2w2MqQ0kD7e6yzDg-42" style="edgeStyle=orthogonalEdgeStyle;rounded=0;orthogonalLoop=1;jettySize=auto;html=1;" parent="1" source="6U6_2w2MqQ0kD7e6yzDg-40" target="6U6_2w2MqQ0kD7e6yzDg-11" edge="1">
          <mxGeometry relative="1" as="geometry" />
        </mxCell>
        <mxCell id="6U6_2w2MqQ0kD7e6yzDg-40" value="편지 보내기" style="rounded=1;whiteSpace=wrap;html=1;" parent="1" vertex="1">
          <mxGeometry x="2900" y="420" width="120" height="60" as="geometry" />
        </mxCell>
        <mxCell id="wQPPLxiwdvjhVnuzjJRF-7" style="edgeStyle=orthogonalEdgeStyle;rounded=0;orthogonalLoop=1;jettySize=auto;html=1;" parent="1" source="wQPPLxiwdvjhVnuzjJRF-2" target="wQPPLxiwdvjhVnuzjJRF-6" edge="1">
          <mxGeometry relative="1" as="geometry" />
        </mxCell>
        <mxCell id="wQPPLxiwdvjhVnuzjJRF-9" style="edgeStyle=orthogonalEdgeStyle;rounded=0;orthogonalLoop=1;jettySize=auto;html=1;" parent="1" source="wQPPLxiwdvjhVnuzjJRF-2" target="wQPPLxiwdvjhVnuzjJRF-8" edge="1">
          <mxGeometry relative="1" as="geometry" />
        </mxCell>
        <mxCell id="wQPPLxiwdvjhVnuzjJRF-2" value="/mail" style="rounded=0;whiteSpace=wrap;html=1;" parent="1" vertex="1">
          <mxGeometry x="-60" y="-85" width="120" height="60" as="geometry" />
        </mxCell>
        <mxCell id="wQPPLxiwdvjhVnuzjJRF-5" style="edgeStyle=orthogonalEdgeStyle;rounded=0;orthogonalLoop=1;jettySize=auto;html=1;" parent="1" source="wQPPLxiwdvjhVnuzjJRF-4" target="wQPPLxiwdvjhVnuzjJRF-2" edge="1">
          <mxGeometry relative="1" as="geometry" />
        </mxCell>
        <mxCell id="wQPPLxiwdvjhVnuzjJRF-4" value="client" style="ellipse;whiteSpace=wrap;html=1;aspect=fixed;" parent="1" vertex="1">
          <mxGeometry x="-240" y="-95" width="80" height="80" as="geometry" />
        </mxCell>
        <mxCell id="wQPPLxiwdvjhVnuzjJRF-6" value="Post Queue" style="html=1;shadow=0;dashed=0;align=center;verticalAlign=middle;shape=mxgraph.arrows2.arrow;dy=0;dx=30;notch=30;" parent="1" vertex="1">
          <mxGeometry x="-95" y="-225" width="190" height="60" as="geometry" />
        </mxCell>
        <mxCell id="wQPPLxiwdvjhVnuzjJRF-8" value="airforce server" style="ellipse;shape=cloud;whiteSpace=wrap;html=1;" parent="1" vertex="1">
          <mxGeometry x="140" y="-100" width="140" height="90" as="geometry" />
        </mxCell>
        <mxCell id="wQPPLxiwdvjhVnuzjJRF-19" value="sendMail" style="ellipse;whiteSpace=wrap;html=1;" parent="1" vertex="1">
          <mxGeometry x="1246.25" y="340" width="120" height="80" as="geometry" />
        </mxCell>
        <mxCell id="wQPPLxiwdvjhVnuzjJRF-24" value="전송" style="rounded=0;orthogonalLoop=1;jettySize=auto;html=1;" parent="1" source="wQPPLxiwdvjhVnuzjJRF-23" target="wQPPLxiwdvjhVnuzjJRF-19" edge="1">
          <mxGeometry relative="1" as="geometry" />
        </mxCell>
        <mxCell id="cLTC8Ta03XSz9wgc8oL8-4" value="실패시 push" style="edgeStyle=orthogonalEdgeStyle;rounded=0;orthogonalLoop=1;jettySize=auto;html=1;entryX=0;entryY=0;entryDx=80;entryDy=0;entryPerimeter=0;exitX=0.5;exitY=0;exitDx=0;exitDy=0;" parent="1" source="wQPPLxiwdvjhVnuzjJRF-23" target="TXcI-fBlLuWAS2TPfB02-9" edge="1">
          <mxGeometry relative="1" as="geometry" />
        </mxCell>
        <mxCell id="wQPPLxiwdvjhVnuzjJRF-23" value="retryDelayedMails" style="ellipse;whiteSpace=wrap;html=1;" parent="1" vertex="1">
          <mxGeometry x="1445" y="150" width="120" height="80" as="geometry" />
        </mxCell>
        <mxCell id="K3UKubzrvV4H-gYz2n_W-5" value="per 4hours" style="edgeStyle=orthogonalEdgeStyle;rounded=0;orthogonalLoop=1;jettySize=auto;html=1;" parent="1" source="K3UKubzrvV4H-gYz2n_W-1" target="K3UKubzrvV4H-gYz2n_W-4" edge="1">
          <mxGeometry relative="1" as="geometry" />
        </mxCell>
        <mxCell id="K3UKubzrvV4H-gYz2n_W-1" value="node-cron" style="rhombus;whiteSpace=wrap;html=1;fillColor=#647687;fontColor=#ffffff;strokeColor=#314354;" parent="1" vertex="1">
          <mxGeometry x="1730" y="530" width="160" height="80" as="geometry" />
        </mxCell>
        <mxCell id="K3UKubzrvV4H-gYz2n_W-3" value="GET" style="edgeStyle=orthogonalEdgeStyle;rounded=0;orthogonalLoop=1;jettySize=auto;html=1;fillColor=#dae8fc;strokeColor=#6c8ebf;" parent="1" source="K3UKubzrvV4H-gYz2n_W-2" target="TXcI-fBlLuWAS2TPfB02-66" edge="1">
          <mxGeometry relative="1" as="geometry" />
        </mxCell>
        <mxCell id="K3UKubzrvV4H-gYz2n_W-2" value="syncProfile" style="ellipse;whiteSpace=wrap;html=1;" parent="1" vertex="1">
          <mxGeometry x="1490" y="700" width="120" height="80" as="geometry" />
        </mxCell>
        <mxCell id="K3UKubzrvV4H-gYz2n_W-6" style="edgeStyle=orthogonalEdgeStyle;rounded=0;orthogonalLoop=1;jettySize=auto;html=1;" parent="1" source="K3UKubzrvV4H-gYz2n_W-4" target="K3UKubzrvV4H-gYz2n_W-2" edge="1">
          <mxGeometry relative="1" as="geometry" />
        </mxCell>
        <mxCell id="K3UKubzrvV4H-gYz2n_W-8" value="인증 실패시 push" style="edgeStyle=orthogonalEdgeStyle;rounded=0;orthogonalLoop=1;jettySize=auto;html=1;exitX=0;exitY=0;exitDx=0;exitDy=0;entryX=0.502;entryY=0.017;entryDx=0;entryDy=0;entryPerimeter=0;" parent="1" source="K3UKubzrvV4H-gYz2n_W-4" target="TXcI-fBlLuWAS2TPfB02-61" edge="1">
          <mxGeometry relative="1" as="geometry">
            <mxPoint x="1300" y="480" as="targetPoint" />
            <Array as="points">
              <mxPoint x="1508" y="520" />
              <mxPoint x="1281" y="520" />
            </Array>
          </mxGeometry>
        </mxCell>
        <mxCell id="K3UKubzrvV4H-gYz2n_W-4" value="verifyUser" style="ellipse;whiteSpace=wrap;html=1;" parent="1" vertex="1">
          <mxGeometry x="1490" y="530" width="120" height="80" as="geometry" />
        </mxCell>
        <mxCell id="cLTC8Ta03XSz9wgc8oL8-30" value="" style="group" parent="1" vertex="1" connectable="0">
          <mxGeometry x="698.41" y="-450" width="891.59" height="340" as="geometry" />
        </mxCell>
        <mxCell id="cLTC8Ta03XSz9wgc8oL8-11" value="" style="rounded=0;whiteSpace=wrap;html=1;" parent="cLTC8Ta03XSz9wgc8oL8-30" vertex="1">
          <mxGeometry width="891.59" height="340" as="geometry" />
        </mxCell>
        <mxCell id="cLTC8Ta03XSz9wgc8oL8-12" value="실패시 push" style="edgeStyle=elbowEdgeStyle;rounded=0;orthogonalLoop=1;jettySize=auto;html=1;fillColor=#e1d5e7;strokeColor=#9673a6;dashed=1;entryX=0;entryY=0.5;entryDx=30;entryDy=0;entryPerimeter=0;exitX=1;exitY=0.25;exitDx=0;exitDy=0;" parent="cLTC8Ta03XSz9wgc8oL8-30" source="cLTC8Ta03XSz9wgc8oL8-23" target="cLTC8Ta03XSz9wgc8oL8-16" edge="1">
          <mxGeometry relative="1" as="geometry">
            <mxPoint x="572.5000000000001" y="225" as="sourcePoint" />
          </mxGeometry>
        </mxCell>
        <mxCell id="cLTC8Ta03XSz9wgc8oL8-13" value="POST" style="rounded=0;orthogonalLoop=1;jettySize=auto;html=1;startArrow=none;startFill=0;fillColor=#dae8fc;strokeColor=#6c8ebf;" parent="cLTC8Ta03XSz9wgc8oL8-30" source="cLTC8Ta03XSz9wgc8oL8-26" target="cLTC8Ta03XSz9wgc8oL8-14" edge="1">
          <mxGeometry relative="1" as="geometry" />
        </mxCell>
        <mxCell id="cLTC8Ta03XSz9wgc8oL8-14" value="기훈단 서버" style="ellipse;shape=cloud;whiteSpace=wrap;html=1;fillColor=#dae8fc;strokeColor=#6c8ebf;" parent="cLTC8Ta03XSz9wgc8oL8-30" vertex="1">
          <mxGeometry x="750.0000000000001" y="200" width="120" height="80" as="geometry" />
        </mxCell>
        <mxCell id="cLTC8Ta03XSz9wgc8oL8-16" value="Mail Queue" style="html=1;shadow=0;dashed=0;align=center;verticalAlign=middle;shape=mxgraph.arrows2.arrow;dy=0;dx=30;notch=30;fillColor=#f5f5f5;fontColor=#333333;strokeColor=#666666;" parent="cLTC8Ta03XSz9wgc8oL8-30" vertex="1">
          <mxGeometry x="481.59000000000026" y="60" width="190" height="60" as="geometry" />
        </mxCell>
        <mxCell id="cLTC8Ta03XSz9wgc8oL8-17" value="POST" style="edgeStyle=orthogonalEdgeStyle;rounded=0;orthogonalLoop=1;jettySize=auto;html=1;fillColor=#dae8fc;strokeColor=#6c8ebf;" parent="cLTC8Ta03XSz9wgc8oL8-30" source="cLTC8Ta03XSz9wgc8oL8-18" target="cLTC8Ta03XSz9wgc8oL8-23" edge="1">
          <mxGeometry relative="1" as="geometry">
            <mxPoint x="260" y="240" as="targetPoint" />
            <Array as="points">
              <mxPoint x="250" y="230" />
              <mxPoint x="250" y="230" />
            </Array>
          </mxGeometry>
        </mxCell>
        <mxCell id="cLTC8Ta03XSz9wgc8oL8-18" value="Client" style="rounded=1;whiteSpace=wrap;html=1;fillColor=#ffe6cc;strokeColor=#d79b00;" parent="cLTC8Ta03XSz9wgc8oL8-30" vertex="1">
          <mxGeometry x="50" y="210" width="120" height="60" as="geometry" />
        </mxCell>
        <mxCell id="cLTC8Ta03XSz9wgc8oL8-19" value="Mail" style="strokeWidth=2;html=1;shape=mxgraph.flowchart.database;whiteSpace=wrap;fillColor=#f5f5f5;fontColor=#333333;strokeColor=#666666;" parent="cLTC8Ta03XSz9wgc8oL8-30" vertex="1">
          <mxGeometry x="320" y="100" width="60" height="60" as="geometry" />
        </mxCell>
        <mxCell id="cLTC8Ta03XSz9wgc8oL8-20" value="편지 저장" style="edgeStyle=orthogonalEdgeStyle;rounded=0;orthogonalLoop=1;jettySize=auto;html=1;" parent="cLTC8Ta03XSz9wgc8oL8-30" source="cLTC8Ta03XSz9wgc8oL8-23" target="cLTC8Ta03XSz9wgc8oL8-19" edge="1">
          <mxGeometry relative="1" as="geometry" />
        </mxCell>
        <mxCell id="cLTC8Ta03XSz9wgc8oL8-21" value="전송" style="edgeStyle=orthogonalEdgeStyle;rounded=0;orthogonalLoop=1;jettySize=auto;html=1;dashed=1;fillColor=#e1d5e7;strokeColor=#9673a6;" parent="cLTC8Ta03XSz9wgc8oL8-30" source="cLTC8Ta03XSz9wgc8oL8-23" target="cLTC8Ta03XSz9wgc8oL8-26" edge="1">
          <mxGeometry relative="1" as="geometry">
            <mxPoint x="550.0000000000001" y="240" as="targetPoint" />
          </mxGeometry>
        </mxCell>
        <mxCell id="cLTC8Ta03XSz9wgc8oL8-22" value="50ms" style="edgeStyle=orthogonalEdgeStyle;rounded=0;orthogonalLoop=1;jettySize=auto;html=1;strokeColor=#67AB9F;" parent="cLTC8Ta03XSz9wgc8oL8-30" source="cLTC8Ta03XSz9wgc8oL8-23" target="cLTC8Ta03XSz9wgc8oL8-18" edge="1">
          <mxGeometry relative="1" as="geometry">
            <Array as="points">
              <mxPoint x="250" y="250" />
              <mxPoint x="250" y="250" />
            </Array>
          </mxGeometry>
        </mxCell>
        <mxCell id="cLTC8Ta03XSz9wgc8oL8-23" value="/mail" style="rounded=1;whiteSpace=wrap;html=1;" parent="cLTC8Ta03XSz9wgc8oL8-30" vertex="1">
          <mxGeometry x="290" y="210" width="120" height="60" as="geometry" />
        </mxCell>
        <mxCell id="cLTC8Ta03XSz9wgc8oL8-26" value="sendMail" style="ellipse;whiteSpace=wrap;html=1;" parent="cLTC8Ta03XSz9wgc8oL8-30" vertex="1">
          <mxGeometry x="536.2500000000001" y="200" width="120" height="80" as="geometry" />
        </mxCell>
-         <mxCell id="HjyYQR78wkuJb60IUFvB-1" value="DB" style="shape=cylinder3;whiteSpace=wrap;html=1;boundedLbl=1;backgroundOutline=1;size=15;" vertex="1" parent="1">
+         <mxCell id="HjyYQR78wkuJb60IUFvB-1" value="DB" style="shape=cylinder3;whiteSpace=wrap;html=1;boundedLbl=1;backgroundOutline=1;size=15;" parent="1" vertex="1">
          <mxGeometry x="-580" y="575" width="60" height="80" as="geometry" />
        </mxCell>
-         <mxCell id="HjyYQR78wkuJb60IUFvB-27" style="edgeStyle=orthogonalEdgeStyle;rounded=0;orthogonalLoop=1;jettySize=auto;html=1;" edge="1" parent="1" source="HjyYQR78wkuJb60IUFvB-2" target="HjyYQR78wkuJb60IUFvB-21">
-           <mxGeometry relative="1" as="geometry" />
-         </mxCell>
-         <mxCell id="HjyYQR78wkuJb60IUFvB-2" value="bean" style="rounded=0;whiteSpace=wrap;html=1;" vertex="1" parent="1">
+         <mxCell id="HjyYQR78wkuJb60IUFvB-27" style="edgeStyle=orthogonalEdgeStyle;rounded=0;orthogonalLoop=1;jettySize=auto;html=1;" parent="1" source="HjyYQR78wkuJb60IUFvB-2" target="HjyYQR78wkuJb60IUFvB-21" edge="1">
+           <mxGeometry relative="1" as="geometry" />
+         </mxCell>
+         <mxCell id="HjyYQR78wkuJb60IUFvB-2" value="bean" style="rounded=0;whiteSpace=wrap;html=1;" parent="1" vertex="1">
          <mxGeometry x="-1310" y="585" width="120" height="60" as="geometry" />
        </mxCell>
-         <mxCell id="HjyYQR78wkuJb60IUFvB-5" style="edgeStyle=orthogonalEdgeStyle;rounded=0;orthogonalLoop=1;jettySize=auto;html=1;" edge="1" parent="1" source="HjyYQR78wkuJb60IUFvB-4" target="HjyYQR78wkuJb60IUFvB-1">
-           <mxGeometry relative="1" as="geometry" />
-         </mxCell>
-         <mxCell id="HjyYQR78wkuJb60IUFvB-9" style="edgeStyle=orthogonalEdgeStyle;rounded=0;orthogonalLoop=1;jettySize=auto;html=1;" edge="1" parent="1" source="HjyYQR78wkuJb60IUFvB-4" target="HjyYQR78wkuJb60IUFvB-6">
-           <mxGeometry relative="1" as="geometry" />
-         </mxCell>
-         <mxCell id="HjyYQR78wkuJb60IUFvB-4" value="repository" style="rounded=0;whiteSpace=wrap;html=1;" vertex="1" parent="1">
+         <mxCell id="HjyYQR78wkuJb60IUFvB-5" style="edgeStyle=orthogonalEdgeStyle;rounded=0;orthogonalLoop=1;jettySize=auto;html=1;" parent="1" source="HjyYQR78wkuJb60IUFvB-4" target="HjyYQR78wkuJb60IUFvB-1" edge="1">
+           <mxGeometry relative="1" as="geometry" />
+         </mxCell>
+         <mxCell id="HjyYQR78wkuJb60IUFvB-9" style="edgeStyle=orthogonalEdgeStyle;rounded=0;orthogonalLoop=1;jettySize=auto;html=1;" parent="1" source="HjyYQR78wkuJb60IUFvB-4" target="HjyYQR78wkuJb60IUFvB-6" edge="1">
+           <mxGeometry relative="1" as="geometry" />
+         </mxCell>
+         <mxCell id="HjyYQR78wkuJb60IUFvB-4" value="repository" style="rounded=0;whiteSpace=wrap;html=1;" parent="1" vertex="1">
          <mxGeometry x="-760" y="585" width="120" height="60" as="geometry" />
        </mxCell>
-         <mxCell id="HjyYQR78wkuJb60IUFvB-6" value="repository interface" style="rounded=0;whiteSpace=wrap;html=1;" vertex="1" parent="1">
+         <mxCell id="HjyYQR78wkuJb60IUFvB-6" value="repository interface" style="rounded=0;whiteSpace=wrap;html=1;" parent="1" vertex="1">
          <mxGeometry x="-930" y="585" width="120" height="60" as="geometry" />
        </mxCell>
-         <mxCell id="HjyYQR78wkuJb60IUFvB-12" style="edgeStyle=orthogonalEdgeStyle;rounded=0;orthogonalLoop=1;jettySize=auto;html=1;" edge="1" parent="1" source="HjyYQR78wkuJb60IUFvB-11" target="HjyYQR78wkuJb60IUFvB-2">
-           <mxGeometry relative="1" as="geometry" />
-         </mxCell>
-         <mxCell id="HjyYQR78wkuJb60IUFvB-67" style="edgeStyle=orthogonalEdgeStyle;rounded=0;orthogonalLoop=1;jettySize=auto;html=1;" edge="1" parent="1" source="HjyYQR78wkuJb60IUFvB-11" target="HjyYQR78wkuJb60IUFvB-66">
-           <mxGeometry relative="1" as="geometry" />
-         </mxCell>
-         <mxCell id="HjyYQR78wkuJb60IUFvB-11" value="server action" style="rounded=0;whiteSpace=wrap;html=1;" vertex="1" parent="1">
+         <mxCell id="HjyYQR78wkuJb60IUFvB-12" style="edgeStyle=orthogonalEdgeStyle;rounded=0;orthogonalLoop=1;jettySize=auto;html=1;" parent="1" source="HjyYQR78wkuJb60IUFvB-11" target="HjyYQR78wkuJb60IUFvB-2" edge="1">
+           <mxGeometry relative="1" as="geometry" />
+         </mxCell>
+         <mxCell id="HjyYQR78wkuJb60IUFvB-11" value="server action" style="rounded=0;whiteSpace=wrap;html=1;" parent="1" vertex="1">
          <mxGeometry x="-1550" y="585" width="120" height="60" as="geometry" />
        </mxCell>
-         <mxCell id="HjyYQR78wkuJb60IUFvB-69" style="edgeStyle=orthogonalEdgeStyle;rounded=0;orthogonalLoop=1;jettySize=auto;html=1;" edge="1" parent="1" source="HjyYQR78wkuJb60IUFvB-13" target="HjyYQR78wkuJb60IUFvB-66">
-           <mxGeometry relative="1" as="geometry" />
-         </mxCell>
-         <mxCell id="HjyYQR78wkuJb60IUFvB-71" style="edgeStyle=orthogonalEdgeStyle;rounded=0;orthogonalLoop=1;jettySize=auto;html=1;" edge="1" parent="1" source="HjyYQR78wkuJb60IUFvB-13" target="HjyYQR78wkuJb60IUFvB-66">
-           <mxGeometry relative="1" as="geometry" />
-         </mxCell>
-         <mxCell id="HjyYQR78wkuJb60IUFvB-13" value="client component" style="rounded=0;whiteSpace=wrap;html=1;" vertex="1" parent="1">
+         <mxCell id="HjyYQR78wkuJb60IUFvB-13" value="client component" style="rounded=0;whiteSpace=wrap;html=1;" parent="1" vertex="1">
          <mxGeometry x="-2020" y="585" width="120" height="60" as="geometry" />
        </mxCell>
-         <mxCell id="HjyYQR78wkuJb60IUFvB-17" style="rounded=0;orthogonalLoop=1;jettySize=auto;html=1;" edge="1" parent="1" source="HjyYQR78wkuJb60IUFvB-14" target="HjyYQR78wkuJb60IUFvB-2">
-           <mxGeometry relative="1" as="geometry" />
-         </mxCell>
-         <mxCell id="HjyYQR78wkuJb60IUFvB-68" style="rounded=0;orthogonalLoop=1;jettySize=auto;html=1;" edge="1" parent="1" source="HjyYQR78wkuJb60IUFvB-14" target="HjyYQR78wkuJb60IUFvB-66">
-           <mxGeometry relative="1" as="geometry" />
-         </mxCell>
-         <mxCell id="HjyYQR78wkuJb60IUFvB-14" value="ssr bridge" style="rounded=0;whiteSpace=wrap;html=1;" vertex="1" parent="1">
+         <mxCell id="HjyYQR78wkuJb60IUFvB-17" style="rounded=0;orthogonalLoop=1;jettySize=auto;html=1;" parent="1" source="HjyYQR78wkuJb60IUFvB-14" target="HjyYQR78wkuJb60IUFvB-2" edge="1">
+           <mxGeometry relative="1" as="geometry" />
+         </mxCell>
+         <mxCell id="HjyYQR78wkuJb60IUFvB-14" value="ssr bridge" style="rounded=0;whiteSpace=wrap;html=1;" parent="1" vertex="1">
          <mxGeometry x="-1550" y="670" width="120" height="60" as="geometry" />
        </mxCell>
-         <mxCell id="HjyYQR78wkuJb60IUFvB-16" style="rounded=0;orthogonalLoop=1;jettySize=auto;html=1;" edge="1" parent="1" source="HjyYQR78wkuJb60IUFvB-15" target="HjyYQR78wkuJb60IUFvB-2">
-           <mxGeometry relative="1" as="geometry" />
-         </mxCell>
-         <mxCell id="HjyYQR78wkuJb60IUFvB-15" value="api route" style="rounded=0;whiteSpace=wrap;html=1;" vertex="1" parent="1">
+         <mxCell id="HjyYQR78wkuJb60IUFvB-16" style="rounded=0;orthogonalLoop=1;jettySize=auto;html=1;" parent="1" source="HjyYQR78wkuJb60IUFvB-15" target="HjyYQR78wkuJb60IUFvB-2" edge="1">
+           <mxGeometry relative="1" as="geometry" />
+         </mxCell>
+         <mxCell id="HjyYQR78wkuJb60IUFvB-15" value="api route" style="rounded=0;whiteSpace=wrap;html=1;" parent="1" vertex="1">
          <mxGeometry x="-1550" y="500" width="120" height="60" as="geometry" />
        </mxCell>
-         <mxCell id="HjyYQR78wkuJb60IUFvB-22" style="edgeStyle=orthogonalEdgeStyle;rounded=0;orthogonalLoop=1;jettySize=auto;html=1;" edge="1" parent="1" source="HjyYQR78wkuJb60IUFvB-21" target="HjyYQR78wkuJb60IUFvB-6">
-           <mxGeometry relative="1" as="geometry" />
-         </mxCell>
-         <mxCell id="HjyYQR78wkuJb60IUFvB-21" value="service" style="rounded=0;whiteSpace=wrap;html=1;" vertex="1" parent="1">
+         <mxCell id="HjyYQR78wkuJb60IUFvB-22" style="edgeStyle=orthogonalEdgeStyle;rounded=0;orthogonalLoop=1;jettySize=auto;html=1;" parent="1" source="HjyYQR78wkuJb60IUFvB-21" target="HjyYQR78wkuJb60IUFvB-6" edge="1">
+           <mxGeometry relative="1" as="geometry" />
+         </mxCell>
+         <mxCell id="HjyYQR78wkuJb60IUFvB-21" value="service" style="rounded=0;whiteSpace=wrap;html=1;" parent="1" vertex="1">
          <mxGeometry x="-1120" y="585" width="120" height="60" as="geometry" />
        </mxCell>
-         <mxCell id="HjyYQR78wkuJb60IUFvB-31" value="controller" style="text;html=1;align=center;verticalAlign=middle;whiteSpace=wrap;rounded=0;" vertex="1" parent="1">
+         <mxCell id="HjyYQR78wkuJb60IUFvB-31" value="controller" style="text;html=1;align=center;verticalAlign=middle;whiteSpace=wrap;rounded=0;" parent="1" vertex="1">
          <mxGeometry x="-1520" y="420" width="60" height="30" as="geometry" />
        </mxCell>
-         <mxCell id="HjyYQR78wkuJb60IUFvB-36" value="Backend" style="text;html=1;align=center;verticalAlign=middle;whiteSpace=wrap;rounded=0;" vertex="1" parent="1">
+         <mxCell id="HjyYQR78wkuJb60IUFvB-36" value="Backend" style="text;html=1;align=center;verticalAlign=middle;whiteSpace=wrap;rounded=0;" parent="1" vertex="1">
          <mxGeometry x="-1095" y="320" width="60" height="30" as="geometry" />
        </mxCell>
-         <mxCell id="HjyYQR78wkuJb60IUFvB-38" value="service" style="text;html=1;align=center;verticalAlign=middle;whiteSpace=wrap;rounded=0;" vertex="1" parent="1">
+         <mxCell id="HjyYQR78wkuJb60IUFvB-38" value="service" style="text;html=1;align=center;verticalAlign=middle;whiteSpace=wrap;rounded=0;" parent="1" vertex="1">
          <mxGeometry x="-1090" y="420" width="60" height="30" as="geometry" />
        </mxCell>
-         <mxCell id="HjyYQR78wkuJb60IUFvB-50" style="edgeStyle=orthogonalEdgeStyle;rounded=0;orthogonalLoop=1;jettySize=auto;html=1;" edge="1" parent="1" source="HjyYQR78wkuJb60IUFvB-41" target="HjyYQR78wkuJb60IUFvB-13">
-           <mxGeometry relative="1" as="geometry" />
-         </mxCell>
-         <mxCell id="HjyYQR78wkuJb60IUFvB-70" style="rounded=0;orthogonalLoop=1;jettySize=auto;html=1;" edge="1" parent="1" source="HjyYQR78wkuJb60IUFvB-41" target="HjyYQR78wkuJb60IUFvB-66">
-           <mxGeometry relative="1" as="geometry" />
-         </mxCell>
-         <mxCell id="HjyYQR78wkuJb60IUFvB-41" value="server component" style="rounded=0;whiteSpace=wrap;html=1;" vertex="1" parent="1">
-           <mxGeometry x="-2020" y="690" width="120" height="60" as="geometry" />
-         </mxCell>
-         <mxCell id="HjyYQR78wkuJb60IUFvB-47" value="Frontend" style="text;html=1;align=center;verticalAlign=middle;whiteSpace=wrap;rounded=0;" vertex="1" parent="1">
+         <mxCell id="HjyYQR78wkuJb60IUFvB-50" style="edgeStyle=orthogonalEdgeStyle;rounded=0;orthogonalLoop=1;jettySize=auto;html=1;" parent="1" source="HjyYQR78wkuJb60IUFvB-41" target="HjyYQR78wkuJb60IUFvB-13" edge="1">
+           <mxGeometry relative="1" as="geometry" />
+         </mxCell>
+         <mxCell id="HjyYQR78wkuJb60IUFvB-41" value="server component" style="rounded=0;whiteSpace=wrap;html=1;" parent="1" vertex="1">
+           <mxGeometry x="-2020" y="670" width="120" height="60" as="geometry" />
+         </mxCell>
+         <mxCell id="HjyYQR78wkuJb60IUFvB-47" value="Frontend" style="text;html=1;align=center;verticalAlign=middle;whiteSpace=wrap;rounded=0;" parent="1" vertex="1">
          <mxGeometry x="-2020" y="320" width="60" height="30" as="geometry" />
        </mxCell>
-         <mxCell id="HjyYQR78wkuJb60IUFvB-58" style="edgeStyle=orthogonalEdgeStyle;rounded=0;orthogonalLoop=1;jettySize=auto;html=1;" edge="1" parent="1" source="HjyYQR78wkuJb60IUFvB-51" target="HjyYQR78wkuJb60IUFvB-56">
-           <mxGeometry relative="1" as="geometry" />
-         </mxCell>
-         <mxCell id="HjyYQR78wkuJb60IUFvB-60" style="edgeStyle=orthogonalEdgeStyle;rounded=0;orthogonalLoop=1;jettySize=auto;html=1;" edge="1" parent="1" source="HjyYQR78wkuJb60IUFvB-51" target="HjyYQR78wkuJb60IUFvB-59">
-           <mxGeometry relative="1" as="geometry" />
-         </mxCell>
-         <mxCell id="HjyYQR78wkuJb60IUFvB-51" value="nginx" style="rounded=0;whiteSpace=wrap;html=1;" vertex="1" parent="1">
+         <mxCell id="HjyYQR78wkuJb60IUFvB-58" value=":3000" style="edgeStyle=orthogonalEdgeStyle;rounded=0;orthogonalLoop=1;jettySize=auto;html=1;" parent="1" source="HjyYQR78wkuJb60IUFvB-51" target="HjyYQR78wkuJb60IUFvB-56" edge="1">
+           <mxGeometry relative="1" as="geometry" />
+         </mxCell>
+         <mxCell id="HjyYQR78wkuJb60IUFvB-60" style="edgeStyle=orthogonalEdgeStyle;rounded=0;orthogonalLoop=1;jettySize=auto;html=1;" parent="1" source="HjyYQR78wkuJb60IUFvB-51" target="HjyYQR78wkuJb60IUFvB-59" edge="1">
+           <mxGeometry relative="1" as="geometry" />
+         </mxCell>
+         <mxCell id="HjyYQR78wkuJb60IUFvB-51" value="nginx" style="rounded=0;whiteSpace=wrap;html=1;" parent="1" vertex="1">
          <mxGeometry x="-2460" y="505" width="120" height="60" as="geometry" />
        </mxCell>
-         <mxCell id="HjyYQR78wkuJb60IUFvB-54" value="https" style="edgeStyle=orthogonalEdgeStyle;rounded=0;orthogonalLoop=1;jettySize=auto;html=1;" edge="1" parent="1" source="HjyYQR78wkuJb60IUFvB-52" target="HjyYQR78wkuJb60IUFvB-51">
-           <mxGeometry relative="1" as="geometry" />
-         </mxCell>
-         <mxCell id="HjyYQR78wkuJb60IUFvB-52" value="user" style="shape=umlActor;verticalLabelPosition=bottom;verticalAlign=top;html=1;outlineConnect=0;" vertex="1" parent="1">
+         <mxCell id="HjyYQR78wkuJb60IUFvB-54" value="https" style="edgeStyle=orthogonalEdgeStyle;rounded=0;orthogonalLoop=1;jettySize=auto;html=1;" parent="1" source="HjyYQR78wkuJb60IUFvB-52" target="HjyYQR78wkuJb60IUFvB-51" edge="1">
+           <mxGeometry relative="1" as="geometry" />
+         </mxCell>
+         <mxCell id="HjyYQR78wkuJb60IUFvB-52" value="user" style="shape=umlActor;verticalLabelPosition=bottom;verticalAlign=top;html=1;outlineConnect=0;" parent="1" vertex="1">
          <mxGeometry x="-2650" y="505" width="30" height="60" as="geometry" />
        </mxCell>
-         <mxCell id="HjyYQR78wkuJb60IUFvB-57" value="rokafmail.kr:3000" style="text;html=1;align=center;verticalAlign=middle;whiteSpace=wrap;rounded=0;" vertex="1" parent="1">
+         <mxCell id="HjyYQR78wkuJb60IUFvB-57" value="rokafmail.kr:3000" style="text;html=1;align=center;verticalAlign=middle;whiteSpace=wrap;rounded=0;" parent="1" vertex="1">
          <mxGeometry x="-1280" y="225" width="60" height="30" as="geometry" />
        </mxCell>
-         <mxCell id="HjyYQR78wkuJb60IUFvB-59" value="maintenance.html" style="rounded=0;whiteSpace=wrap;html=1;" vertex="1" parent="1">
+         <mxCell id="HjyYQR78wkuJb60IUFvB-66" value="Action Response" style="rounded=0;whiteSpace=wrap;html=1;fillColor=#f5f5f5;fontColor=#333333;strokeColor=none;" parent="1" vertex="1">
+           <mxGeometry x="-1810" y="580" width="120" height="160" as="geometry" />
+         </mxCell>
+         <mxCell id="HjyYQR78wkuJb60IUFvB-59" value="maintenance.html" style="rounded=0;whiteSpace=wrap;html=1;" parent="1" vertex="1">
          <mxGeometry x="-2460" y="390" width="120" height="60" as="geometry" />
        </mxCell>
-         <mxCell id="HjyYQR78wkuJb60IUFvB-66" value="Action Response" style="rounded=0;whiteSpace=wrap;html=1;" vertex="1" parent="1">
-           <mxGeometry x="-1810" y="585" width="120" height="60" as="geometry" />
-         </mxCell>
-         <mxCell id="HjyYQR78wkuJb60IUFvB-75" style="edgeStyle=orthogonalEdgeStyle;rounded=0;orthogonalLoop=1;jettySize=auto;html=1;" edge="1" parent="1" source="HjyYQR78wkuJb60IUFvB-72" target="HjyYQR78wkuJb60IUFvB-74">
-           <mxGeometry relative="1" as="geometry" />
-         </mxCell>
-         <mxCell id="HjyYQR78wkuJb60IUFvB-72" value="view" style="rounded=0;whiteSpace=wrap;html=1;" vertex="1" parent="1">
+         <mxCell id="HjyYQR78wkuJb60IUFvB-75" style="edgeStyle=orthogonalEdgeStyle;rounded=0;orthogonalLoop=1;jettySize=auto;html=1;" parent="1" source="HjyYQR78wkuJb60IUFvB-72" target="HjyYQR78wkuJb60IUFvB-74" edge="1">
+           <mxGeometry relative="1" as="geometry" />
+         </mxCell>
+         <mxCell id="HjyYQR78wkuJb60IUFvB-72" value="view" style="rounded=0;whiteSpace=wrap;html=1;" parent="1" vertex="1">
          <mxGeometry x="-2390" y="1130" width="120" height="60" as="geometry" />
        </mxCell>
-         <mxCell id="HjyYQR78wkuJb60IUFvB-77" style="edgeStyle=orthogonalEdgeStyle;rounded=0;orthogonalLoop=1;jettySize=auto;html=1;" edge="1" parent="1" source="HjyYQR78wkuJb60IUFvB-74" target="HjyYQR78wkuJb60IUFvB-76">
-           <mxGeometry relative="1" as="geometry" />
-         </mxCell>
-         <mxCell id="HjyYQR78wkuJb60IUFvB-74" value="viewmodel" style="rounded=0;whiteSpace=wrap;html=1;" vertex="1" parent="1">
+         <mxCell id="HjyYQR78wkuJb60IUFvB-77" style="edgeStyle=orthogonalEdgeStyle;rounded=0;orthogonalLoop=1;jettySize=auto;html=1;" parent="1" source="HjyYQR78wkuJb60IUFvB-74" target="HjyYQR78wkuJb60IUFvB-76" edge="1">
+           <mxGeometry relative="1" as="geometry" />
+         </mxCell>
+         <mxCell id="HjyYQR78wkuJb60IUFvB-74" value="viewmodel" style="rounded=0;whiteSpace=wrap;html=1;" parent="1" vertex="1">
          <mxGeometry x="-2188" y="1130" width="120" height="60" as="geometry" />
        </mxCell>
-         <mxCell id="HjyYQR78wkuJb60IUFvB-76" value="model" style="rounded=0;whiteSpace=wrap;html=1;" vertex="1" parent="1">
+         <mxCell id="HjyYQR78wkuJb60IUFvB-76" value="model" style="rounded=0;whiteSpace=wrap;html=1;" parent="1" vertex="1">
          <mxGeometry x="-2000" y="1130" width="120" height="60" as="geometry" />
+         </mxCell>
+         <mxCell id="Upm6PCn5BPKzZfiTRTz7-1" style="edgeStyle=orthogonalEdgeStyle;rounded=0;orthogonalLoop=1;jettySize=auto;html=1;" edge="1" parent="1" source="HjyYQR78wkuJb60IUFvB-13" target="HjyYQR78wkuJb60IUFvB-11">
+           <mxGeometry relative="1" as="geometry" />
+         </mxCell>
+         <mxCell id="Upm6PCn5BPKzZfiTRTz7-2" style="edgeStyle=orthogonalEdgeStyle;rounded=0;orthogonalLoop=1;jettySize=auto;html=1;" edge="1" parent="1" source="HjyYQR78wkuJb60IUFvB-41" target="HjyYQR78wkuJb60IUFvB-14">
+           <mxGeometry relative="1" as="geometry" />
        </mxCell>
      </root>
    </mxGraphModel>
  </diagram>
</mxfile>
